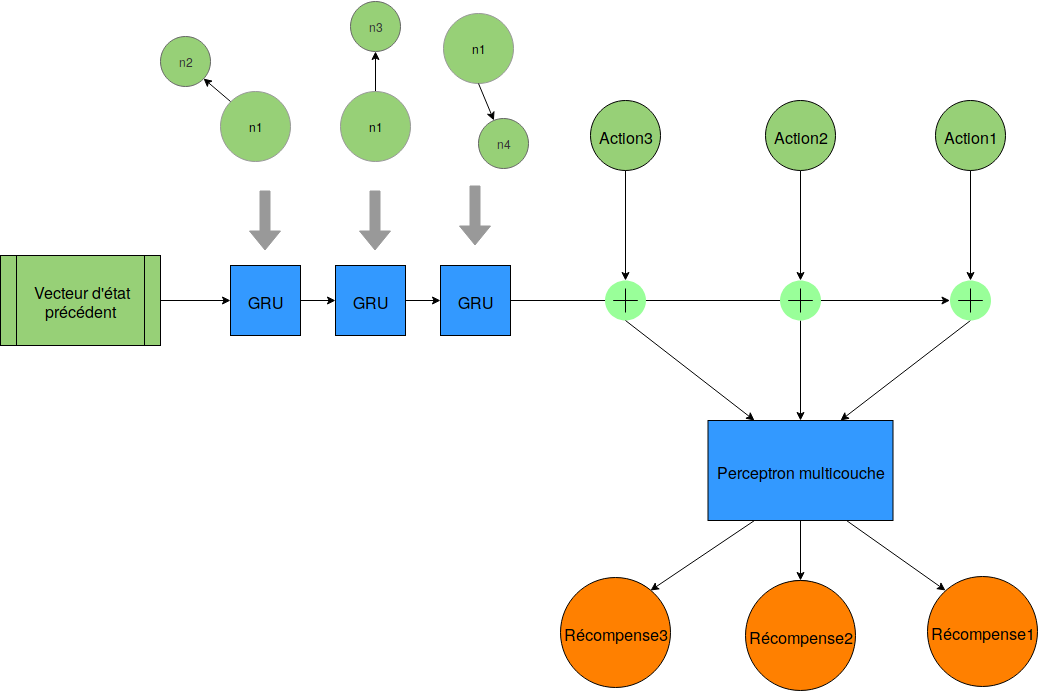
Above: images/Conception/DM/encoder_dqn.png in Wissben/Master-Thesis (draw.io), before the change. Source tidied: cells renumbered, new cells last; positions are measured from the earlier drawing's top-left corner, leaving out a move shared by most shapes.
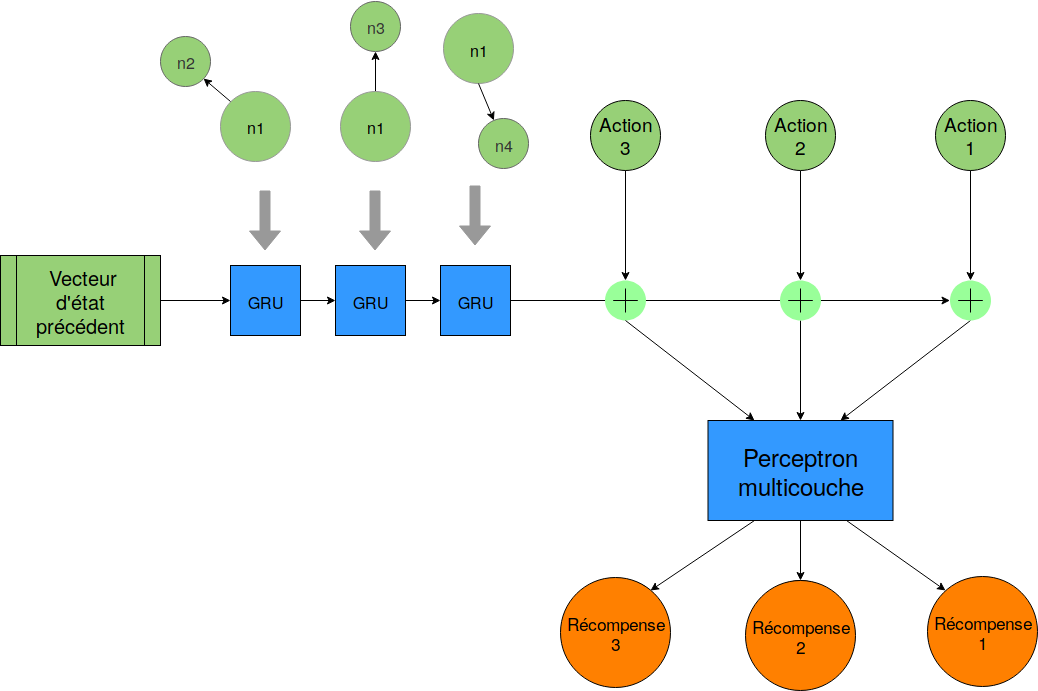
The same diagram one commit later.

Diff of the diagram source:
```diff
@@ -2,10 +2,10 @@
   <root>
     <mxCell id="0" />
     <mxCell id="1" parent="0" />
-    <mxCell id="2" value="n2" style="ellipse;whiteSpace=wrap;html=1;strokeColor=#666666;fillColor=#97D077;fontColor=#333333;" parent="1" vertex="1">
+    <mxCell id="2" value="&lt;font style=&quot;font-size: 16px&quot;&gt;n2&lt;/font&gt;" style="ellipse;whiteSpace=wrap;html=1;strokeColor=#666666;fillColor=#97D077;fontColor=#333333;" parent="1" vertex="1">
       <mxGeometry x="160" y="35.5" width="50" height="50" as="geometry" />
     </mxCell>
-    <mxCell id="3" value="n1" style="ellipse;whiteSpace=wrap;html=1;strokeColor=#999999;fillColor=#97D077;" parent="1" vertex="1">
+    <mxCell id="3" value="&lt;font style=&quot;font-size: 16px&quot;&gt;n1&lt;/font&gt;" style="ellipse;whiteSpace=wrap;html=1;strokeColor=#999999;fillColor=#97D077;" parent="1" vertex="1">
       <mxGeometry x="220" y="90.5" width="70" height="70" as="geometry" />
     </mxCell>
     <mxCell id="4" style="endArrow=classic;html=1;exitX=0;exitY=0;exitDx=0;exitDy=0;entryX=1;entryY=1;entryDx=0;entryDy=0;" parent="1" edge="1" source="3" target="2">
@@ -14,16 +14,16 @@
     <mxCell id="5" style="edgeStyle=orthogonalEdgeStyle;rounded=0;jettySize=auto;html=1;exitX=0.5;exitY=0;exitDx=0;exitDy=0;entryX=0.5;entryY=1;entryDx=0;entryDy=0;strokeColor=#000000;fillColor=#999999;" parent="1" edge="1" source="6" target="7">
       <mxGeometry relative="1" as="geometry" />
     </mxCell>
-    <mxCell id="6" value="n1" style="ellipse;whiteSpace=wrap;html=1;strokeColor=#999999;fillColor=#97D077;" parent="1" vertex="1">
+    <mxCell id="6" value="&lt;font style=&quot;font-size: 16px&quot;&gt;n1&lt;/font&gt;" style="ellipse;whiteSpace=wrap;html=1;strokeColor=#999999;fillColor=#97D077;" parent="1" vertex="1">
       <mxGeometry x="339.5" y="90.5" width="70" height="70" as="geometry" />
     </mxCell>
-    <mxCell id="7" value="n3" style="ellipse;whiteSpace=wrap;html=1;strokeColor=#666666;fillColor=#97D077;fontColor=#333333;" parent="1" vertex="1">
+    <mxCell id="7" value="&lt;font style=&quot;font-size: 16px&quot;&gt;n3&lt;/font&gt;" style="ellipse;whiteSpace=wrap;html=1;strokeColor=#666666;fillColor=#97D077;fontColor=#333333;" parent="1" vertex="1">
       <mxGeometry x="349.5" y="0.5" width="50" height="50" as="geometry" />
     </mxCell>
-    <mxCell id="8" value="n1" style="ellipse;whiteSpace=wrap;html=1;strokeColor=#999999;fillColor=#97D077;" parent="1" vertex="1">
+    <mxCell id="8" value="&lt;font style=&quot;font-size: 16px&quot;&gt;n1&lt;/font&gt;" style="ellipse;whiteSpace=wrap;html=1;strokeColor=#999999;fillColor=#97D077;" parent="1" vertex="1">
       <mxGeometry x="442.5" y="13" width="70" height="70" as="geometry" />
     </mxCell>
-    <mxCell id="9" value="n4" style="ellipse;whiteSpace=wrap;html=1;strokeColor=#666666;fillColor=#97D077;fontColor=#333333;" parent="1" vertex="1">
+    <mxCell id="9" value="&lt;font style=&quot;font-size: 16px&quot;&gt;n4&lt;/font&gt;" style="ellipse;whiteSpace=wrap;html=1;strokeColor=#666666;fillColor=#97D077;fontColor=#333333;" parent="1" vertex="1">
       <mxGeometry x="478" y="118" width="50" height="50" as="geometry" />
     </mxCell>
     <mxCell id="10" style="endArrow=classic;html=1;exitX=0.5;exitY=1;exitDx=0;exitDy=0;" parent="1" edge="1" source="8" target="9">
@@ -53,25 +53,25 @@
     <mxCell id="15" style="edgeStyle=orthogonalEdgeStyle;rounded=0;jettySize=auto;html=1;exitX=1;exitY=0.5;exitDx=0;exitDy=0;strokeColor=#000000;fillColor=#999999;" parent="1" edge="1" source="40" target="30">
       <mxGeometry relative="1" as="geometry" />
     </mxCell>
-    <mxCell id="16" value="&lt;font style=&quot;font-size: 16px&quot;&gt;&amp;nbsp;Vecteur d'état précédent &lt;/font&gt;" style="shape=process;whiteSpace=wrap;html=1;backgroundOutline=1;strokeColor=#000000;fillColor=#97D077;" parent="1" vertex="1">
+    <mxCell id="16" value="&lt;font style=&quot;font-size: 20px&quot;&gt;&amp;nbsp;Vecteur d'état précédent &lt;/font&gt;" style="shape=process;whiteSpace=wrap;html=1;backgroundOutline=1;strokeColor=#000000;fillColor=#97D077;" parent="1" vertex="1">
       <mxGeometry y="255" width="160" height="90" as="geometry" />
     </mxCell>
     <mxCell id="17" style="edgeStyle=orthogonalEdgeStyle;rounded=0;jettySize=auto;html=1;exitX=0.5;exitY=1;exitDx=0;exitDy=0;entryX=0.5;entryY=0;entryDx=0;entryDy=0;strokeColor=#000000;fillColor=#999999;" parent="1" edge="1" source="18" target="23">
       <mxGeometry relative="1" as="geometry" />
     </mxCell>
-    <mxCell id="18" value="&lt;font style=&quot;font-size: 16px&quot;&gt;Perceptron multicouche&lt;/font&gt;" style="rounded=0;whiteSpace=wrap;html=1;strokeColor=#000000;fillColor=#3399FF;" parent="1" vertex="1">
+    <mxCell id="18" value="&lt;font style=&quot;font-size: 24px&quot;&gt;Perceptron multicouche&lt;/font&gt;" style="rounded=0;whiteSpace=wrap;html=1;strokeColor=#000000;fillColor=#3399FF;" parent="1" vertex="1">
       <mxGeometry x="707.5" y="420" width="185" height="100" as="geometry" />
     </mxCell>
-    <mxCell id="19" value="&lt;div&gt;&lt;font style=&quot;font-size: 16px&quot;&gt;Action1&lt;/font&gt;&lt;/div&gt;" style="ellipse;whiteSpace=wrap;html=1;strokeColor=#000000;fillColor=#97D077;" parent="1" vertex="1">
+    <mxCell id="19" value="&lt;div style=&quot;font-size: 19px&quot;&gt;&lt;font style=&quot;font-size: 19px&quot;&gt;Action&lt;/font&gt;&lt;/div&gt;&lt;div style=&quot;font-size: 19px&quot;&gt;&lt;font style=&quot;font-size: 19px&quot;&gt;1&lt;/font&gt;&lt;/div&gt;" style="ellipse;whiteSpace=wrap;html=1;strokeColor=#000000;fillColor=#97D077;" parent="1" vertex="1">
       <mxGeometry x="935" y="100" width="70" height="70" as="geometry" />
     </mxCell>
     <mxCell id="20" style="edgeStyle=orthogonalEdgeStyle;rounded=0;jettySize=auto;html=1;exitX=0.5;exitY=1;exitDx=0;exitDy=0;entryX=0.5;entryY=0;entryDx=0;entryDy=0;entryPerimeter=0;strokeColor=#000000;fillColor=#999999;" parent="1" edge="1" source="21" target="26">
       <mxGeometry relative="1" as="geometry" />
     </mxCell>
-    <mxCell id="21" value="&lt;div&gt;&lt;font style=&quot;font-size: 16px&quot;&gt;Action2&lt;/font&gt;&lt;/div&gt;" style="ellipse;whiteSpace=wrap;html=1;strokeColor=#000000;fillColor=#97D077;" parent="1" vertex="1">
+    <mxCell id="21" value="&lt;div style=&quot;font-size: 19px&quot;&gt;&lt;font style=&quot;font-size: 19px&quot;&gt;Action&lt;/font&gt;&lt;/div&gt;&lt;div style=&quot;font-size: 19px&quot;&gt;&lt;font style=&quot;font-size: 19px&quot;&gt;2&lt;/font&gt;&lt;/div&gt;" style="ellipse;whiteSpace=wrap;html=1;strokeColor=#000000;fillColor=#97D077;" parent="1" vertex="1">
       <mxGeometry x="765" y="100" width="70" height="70" as="geometry" />
     </mxCell>
-    <mxCell id="22" value="&lt;div&gt;&lt;font style=&quot;font-size: 16px&quot;&gt;Action3&lt;/font&gt;&lt;/div&gt;" style="ellipse;whiteSpace=wrap;html=1;strokeColor=#000000;fillColor=#97D077;" parent="1" vertex="1">
+    <mxCell id="22" value="&lt;div style=&quot;font-size: 19px&quot;&gt;&lt;font style=&quot;font-size: 19px&quot;&gt;Action&lt;/font&gt;&lt;/div&gt;&lt;div style=&quot;font-size: 19px&quot;&gt;&lt;font style=&quot;font-size: 19px&quot;&gt;3&lt;/font&gt;&lt;/div&gt;" style="ellipse;whiteSpace=wrap;html=1;strokeColor=#000000;fillColor=#97D077;" parent="1" vertex="1">
       <mxGeometry x="590" y="100" width="70" height="70" as="geometry" />
     </mxCell>
     <mxCell id="23" value="&lt;div&gt;&lt;font style=&quot;font-size: 16px&quot;&gt;Reward2&lt;/font&gt;&lt;/div&gt;" style="ellipse;whiteSpace=wrap;html=1;strokeColor=#000000;fillColor=#FF8000;" parent="1" vertex="1">
@@ -136,13 +136,13 @@
     <mxCell id="40" value="&lt;font style=&quot;font-size: 16px&quot;&gt;GRU&lt;/font&gt;" style="rounded=0;whiteSpace=wrap;html=1;strokeColor=#000000;fillColor=#3399FF;" parent="1" vertex="1">
       <mxGeometry x="440" y="265" width="70" height="70" as="geometry" />
     </mxCell>
-    <mxCell id="41" value="&lt;font style=&quot;font-size: 16px&quot;&gt;Récompense1&lt;/font&gt;" style="ellipse;whiteSpace=wrap;html=1;strokeColor=#000000;fillColor=#FF8000;" parent="1" vertex="1">
+    <mxCell id="41" value="&lt;div&gt;&lt;font style=&quot;font-size: 17px&quot;&gt;Récompense&lt;/font&gt;&lt;/div&gt;&lt;div&gt;&lt;font style=&quot;font-size: 17px&quot;&gt;1&lt;/font&gt;&lt;/div&gt;" style="ellipse;whiteSpace=wrap;html=1;strokeColor=#000000;fillColor=#FF8000;" parent="1" vertex="1">
       <mxGeometry x="927" y="576" width="110" height="110" as="geometry" />
     </mxCell>
-    <mxCell id="42" value="&lt;font style=&quot;font-size: 16px&quot;&gt;Récompense2&lt;/font&gt;" style="ellipse;whiteSpace=wrap;html=1;strokeColor=#000000;fillColor=#FF8000;" parent="1" vertex="1">
+    <mxCell id="42" value="&lt;div&gt;&lt;font style=&quot;font-size: 17px&quot;&gt;Récompense&lt;/font&gt;&lt;/div&gt;&lt;div&gt;&lt;font style=&quot;font-size: 17px&quot;&gt;2&lt;/font&gt;&lt;/div&gt;" style="ellipse;whiteSpace=wrap;html=1;strokeColor=#000000;fillColor=#FF8000;" parent="1" vertex="1">
       <mxGeometry x="745" y="580" width="110" height="110" as="geometry" />
     </mxCell>
-    <mxCell id="43" value="&lt;font style=&quot;font-size: 16px&quot;&gt;Récompense3&lt;/font&gt;" style="ellipse;whiteSpace=wrap;html=1;strokeColor=#000000;fillColor=#FF8000;" parent="1" vertex="1">
+    <mxCell id="43" value="&lt;div&gt;&lt;font style=&quot;font-size: 17px&quot;&gt;Récompense&lt;/font&gt;&lt;/div&gt;&lt;div&gt;&lt;font style=&quot;font-size: 17px&quot;&gt;3&lt;/font&gt;&lt;/div&gt;" style="ellipse;whiteSpace=wrap;html=1;strokeColor=#000000;fillColor=#FF8000;" parent="1" vertex="1">
       <mxGeometry x="560" y="577" width="110" height="110" as="geometry" />
     </mxCell>
   </root>
```
